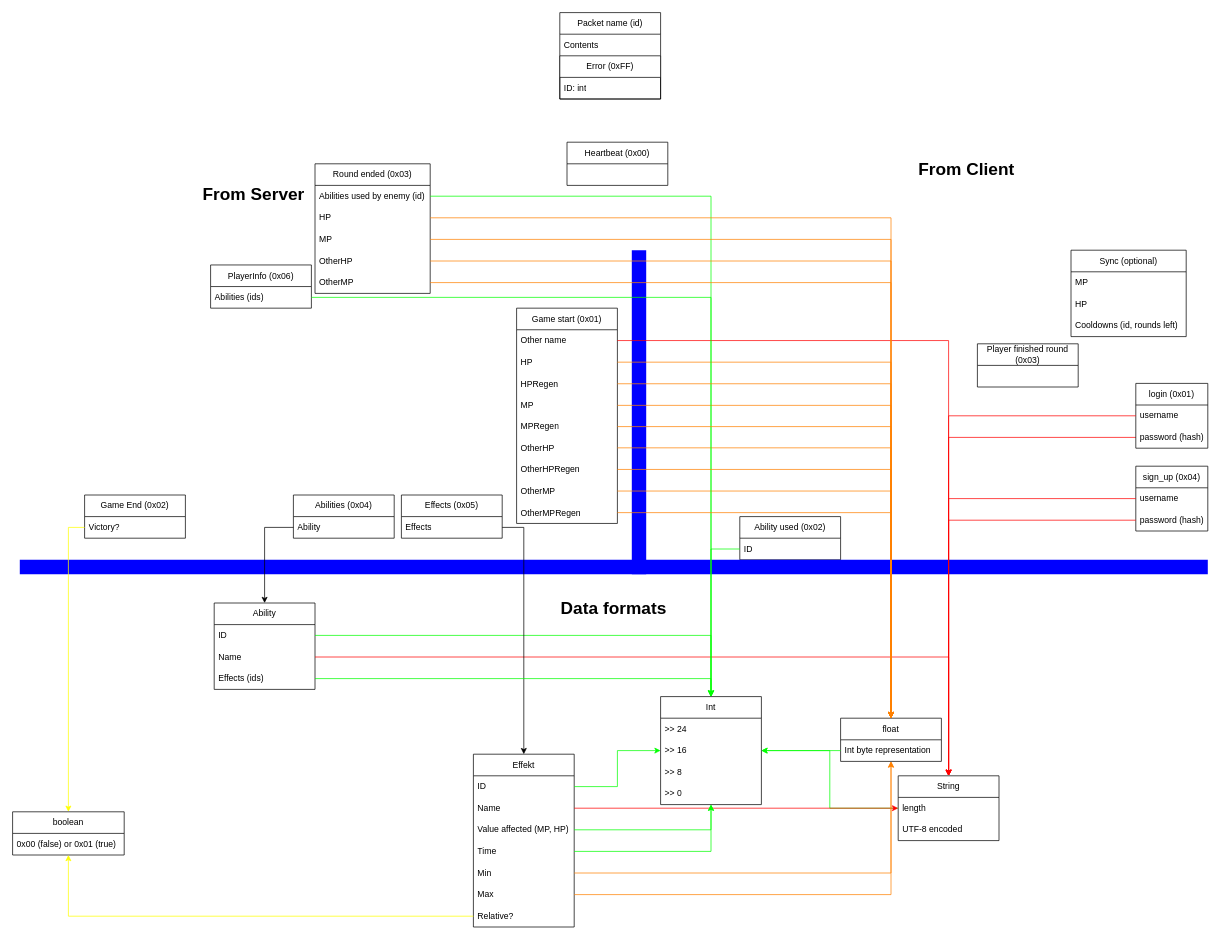
Before: src/Network/Packets.drawio in Schatten2021/informatik_project_game, a draw.io diagram. Source tidied: cells renumbered, new cells numbered last; positions are measured from the earlier drawing's top-left corner, leaving out a move shared by most shapes. Both pictures are drawn from the tidied source at 72%, with x=0, y=0 at pixel (12, 12).
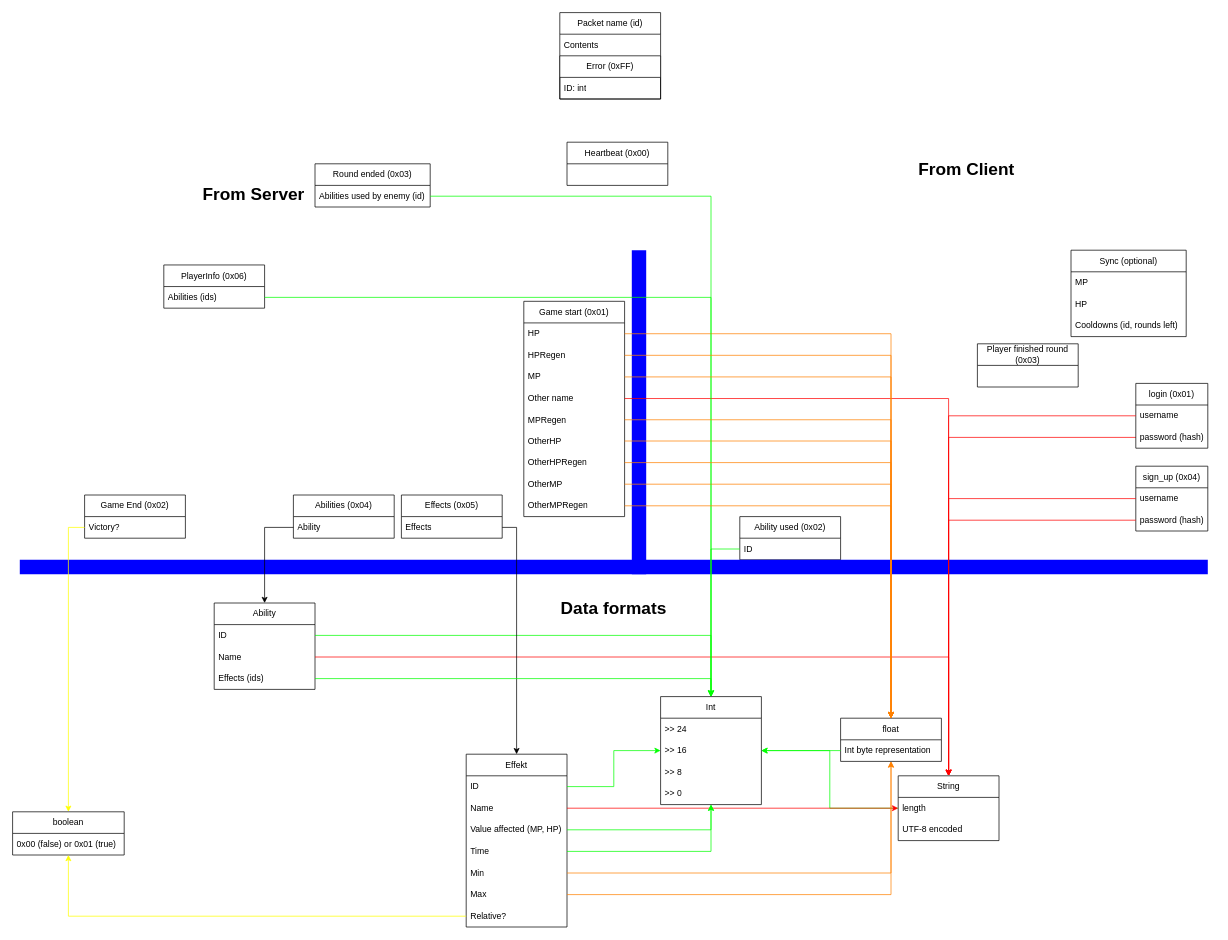
The same diagram, later.

The change refers to these unchanged cells:
```xml
<mxCell id="61" value="float" style="swimlane;fontStyle=0;horizontal=1;startSize=30;whiteSpace=wrap;html=1;" parent="1" vertex="1">
  <mxGeometry x="1150" y="980" width="140" height="60" as="geometry" />
</mxCell>
```

Change to the diagram source:
```diff
@@
     <mxCell id="11" value="Round ended (0x03)" style="swimlane;fontStyle=0;horizontal=1;startSize=30;whiteSpace=wrap;html=1;" parent="1" vertex="1">
-      <mxGeometry x="420" y="210" width="160" height="180" as="geometry" />
+      <mxGeometry x="420" y="210" width="160" height="60" as="geometry" />
     </mxCell>
@@
-    <mxCell id="13" value="HP" style="text;strokeColor=none;fillColor=none;align=left;verticalAlign=middle;spacingLeft=4;spacingRight=4;overflow=hidden;points=[[0,0.5],[1,0.5]];portConstraint=eastwest;whiteSpace=wrap;html=1;" parent="11" vertex="1">
-      <mxGeometry y="60" width="160" height="30" as="geometry" />
-    </mxCell>
-    <mxCell id="14" value="MP" style="text;strokeColor=none;fillColor=none;align=left;verticalAlign=middle;spacingLeft=4;spacingRight=4;overflow=hidden;points=[[0,0.5],[1,0.5]];portConstraint=eastwest;whiteSpace=wrap;html=1;" parent="11" vertex="1">
-      <mxGeometry y="90" width="160" height="30" as="geometry" />
-    </mxCell>
-    <mxCell id="15" value="OtherHP" style="text;strokeColor=none;fillColor=none;align=left;verticalAlign=middle;spacingLeft=4;spacingRight=4;overflow=hidden;points=[[0,0.5],[1,0.5]];portConstraint=eastwest;whiteSpace=wrap;html=1;" parent="11" vertex="1">
-      <mxGeometry y="120" width="160" height="30" as="geometry" />
-    </mxCell>
-    <mxCell id="16" value="OtherMP" style="text;strokeColor=none;fillColor=none;align=left;verticalAlign=middle;spacingLeft=4;spacingRight=4;overflow=hidden;points=[[0,0.5],[1,0.5]];portConstraint=eastwest;whiteSpace=wrap;html=1;" parent="11" vertex="1">
-      <mxGeometry y="150" width="160" height="30" as="geometry" />
-    </mxCell>
@@
     <mxCell id="23" value="Game start (0x01)" style="swimlane;fontStyle=0;horizontal=1;startSize=30;whiteSpace=wrap;html=1;" parent="1" vertex="1">
-      <mxGeometry x="700" y="410.5" width="140" height="299" as="geometry" />
+      <mxGeometry x="710" y="401" width="140" height="299" as="geometry" />
     </mxCell>
-    <mxCell id="24" value="Other name" style="text;strokeColor=none;fillColor=none;align=left;verticalAlign=middle;spacingLeft=4;spacingRight=4;overflow=hidden;points=[[0,0.5],[1,0.5]];portConstraint=eastwest;whiteSpace=wrap;html=1;" parent="23" vertex="1">
-      <mxGeometry y="30" width="140" height="30" as="geometry" />
-    </mxCell>
     <mxCell id="25" value="HP" style="text;strokeColor=none;fillColor=none;align=left;verticalAlign=middle;spacingLeft=4;spacingRight=4;overflow=hidden;points=[[0,0.5],[1,0.5]];portConstraint=eastwest;whiteSpace=wrap;html=1;" parent="23" vertex="1">
-      <mxGeometry y="60" width="140" height="30" as="geometry" />
+      <mxGeometry y="30" width="140" height="30" as="geometry" />
     </mxCell>
     <mxCell id="26" value="HPRegen" style="text;strokeColor=none;fillColor=none;align=left;verticalAlign=middle;spacingLeft=4;spacingRight=4;overflow=hidden;points=[[0,0.5],[1,0.5]];portConstraint=eastwest;whiteSpace=wrap;html=1;" parent="23" vertex="1">
-      <mxGeometry y="90" width="140" height="30" as="geometry" />
+      <mxGeometry y="60" width="140" height="30" as="geometry" />
     </mxCell>
     <mxCell id="27" value="MP" style="text;strokeColor=none;fillColor=none;align=left;verticalAlign=middle;spacingLeft=4;spacingRight=4;overflow=hidden;points=[[0,0.5],[1,0.5]];portConstraint=eastwest;whiteSpace=wrap;html=1;" parent="23" vertex="1">
-      <mxGeometry y="120" width="140" height="30" as="geometry" />
+      <mxGeometry y="90" width="140" height="30" as="geometry" />
     </mxCell>
+    <mxCell id="24" value="Other name" style="text;strokeColor=none;fillColor=none;align=left;verticalAlign=middle;spacingLeft=4;spacingRight=4;overflow=hidden;points=[[0,0.5],[1,0.5]];portConstraint=eastwest;whiteSpace=wrap;html=1;" parent="23" vertex="1">
+      <mxGeometry y="120" width="140" height="30" as="geometry" />
+    </mxCell>
@@
     <mxCell id="37" value="Effekt" style="swimlane;fontStyle=0;horizontal=1;startSize=30;whiteSpace=wrap;html=1;" parent="1" vertex="1">
-      <mxGeometry x="640" y="1030" width="140" height="240" as="geometry" />
+      <mxGeometry x="630" y="1030" width="140" height="240" as="geometry" />
     </mxCell>
@@
-    <mxCell id="94" style="edgeStyle=orthogonalEdgeStyle;rounded=0;jettySize=auto;html=1;strokeColor=#FF8000;" parent="1" edge="1" source="27" target="61">
-      <mxGeometry relative="1" as="geometry" />
-    </mxCell>
@@
     <mxCell id="97" value="PlayerInfo (0x06)" style="swimlane;fontStyle=0;horizontal=1;startSize=30;whiteSpace=wrap;html=1;" parent="1" vertex="1">
-      <mxGeometry x="275" y="350.5" width="140" height="60" as="geometry" />
+      <mxGeometry x="210" y="350.5" width="140" height="60" as="geometry" />
     </mxCell>
@@
-    <mxCell id="104" style="edgeStyle=orthogonalEdgeStyle;rounded=0;jettySize=auto;html=1;strokeColor=#FF8000;" parent="1" edge="1" source="15" target="61">
-      <mxGeometry relative="1" as="geometry" />
-    </mxCell>
-    <mxCell id="105" style="edgeStyle=orthogonalEdgeStyle;rounded=0;jettySize=auto;html=1;strokeColor=#FF8000;" parent="1" edge="1" source="16" target="61">
-      <mxGeometry relative="1" as="geometry" />
-    </mxCell>
-    <mxCell id="106" style="edgeStyle=orthogonalEdgeStyle;rounded=0;jettySize=auto;html=1;strokeColor=#FF8000;" parent="1" edge="1" source="14" target="61">
-      <mxGeometry relative="1" as="geometry" />
-    </mxCell>
-    <mxCell id="107" style="edgeStyle=orthogonalEdgeStyle;rounded=0;jettySize=auto;html=1;strokeColor=#FF8000;" parent="1" edge="1" source="13" target="61">
-      <mxGeometry relative="1" as="geometry" />
-    </mxCell>
+    <mxCell id="94" style="edgeStyle=orthogonalEdgeStyle;rounded=0;jettySize=auto;html=1;strokeColor=#FF8000;" parent="1" edge="1" source="27" target="61">
+      <mxGeometry relative="1" as="geometry" />
+    </mxCell>
```
